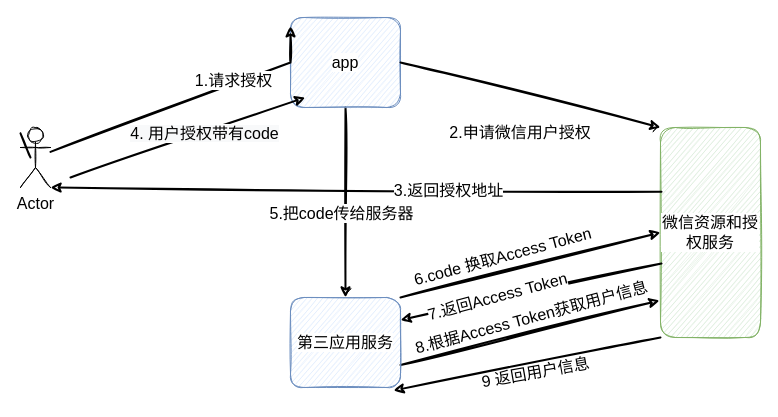
Above: me/auth2.0.drawio in wwupower/daily-drawio (draw.io), before the change. Source tidied: cells renumbered, new cells numbered last; positions are measured from the earlier drawing's top-left corner, leaving out a move shared by most shapes. Both pictures are drawn from the tidied source at 100%, with x=0, y=0 at pixel (20, 17).
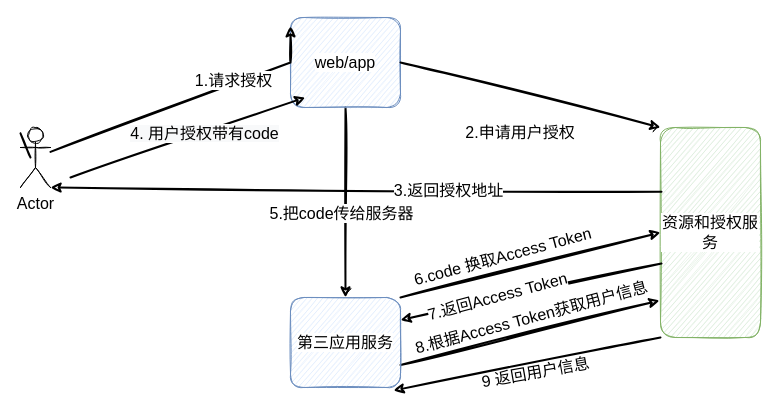
The same diagram, later.

Change to the diagram source:
```diff
@@
-    <mxCell id="4" value="app" style="rounded=1;whiteSpace=wrap;html=1;sketch=1;fontSize=16;labelBackgroundColor=default;fillColor=#dae8fc;strokeColor=#6c8ebf;" parent="1" vertex="1">
+    <mxCell id="4" value="web/app" style="rounded=1;whiteSpace=wrap;html=1;sketch=1;fontSize=16;labelBackgroundColor=default;fillColor=#dae8fc;strokeColor=#6c8ebf;" parent="1" vertex="1">
       <mxGeometry x="270" width="110" height="90" as="geometry" />
     </mxCell>
@@
-    <mxCell id="6" value="微信资源和授权服务" style="rounded=1;whiteSpace=wrap;html=1;labelBackgroundColor=default;sketch=1;fontSize=16;fillColor=#d5e8d4;strokeColor=#82b366;" parent="1" vertex="1">
+    <mxCell id="6" value="资源和授权服务" style="rounded=1;whiteSpace=wrap;html=1;labelBackgroundColor=default;sketch=1;fontSize=16;fillColor=#d5e8d4;strokeColor=#82b366;" parent="1" vertex="1">
       <mxGeometry x="640" y="110" width="100" height="210" as="geometry" />
     </mxCell>
@@
-    <mxCell id="8" value="2.申请微信用户授权" style="text;html=1;strokeColor=none;fillColor=none;align=center;verticalAlign=middle;whiteSpace=wrap;rounded=0;labelBackgroundColor=default;sketch=1;fontSize=16;" parent="1" vertex="1">
+    <mxCell id="8" value="2.申请用户授权" style="text;html=1;strokeColor=none;fillColor=none;align=center;verticalAlign=middle;whiteSpace=wrap;rounded=0;labelBackgroundColor=default;sketch=1;fontSize=16;" parent="1" vertex="1">
       <mxGeometry x="420" y="100" width="159.5" height="30" as="geometry" />
     </mxCell>
```
